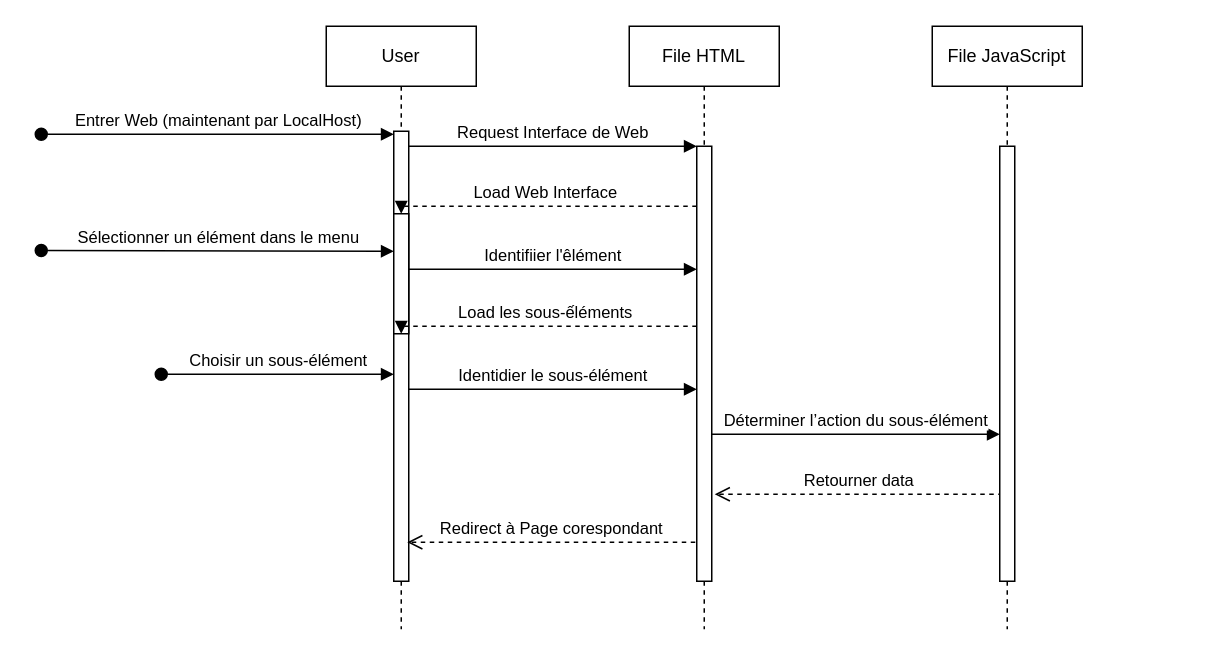
The draw.io diagram dev_app.drawio in zung31/zung31, before the edit. Source tidied: cells renumbered, new cells numbered last; positions are measured from the earlier drawing's top-left corner, leaving out a move shared by most shapes. Both pictures are drawn from the tidied source at 150%, with x=0, y=0 at pixel (40, 26).
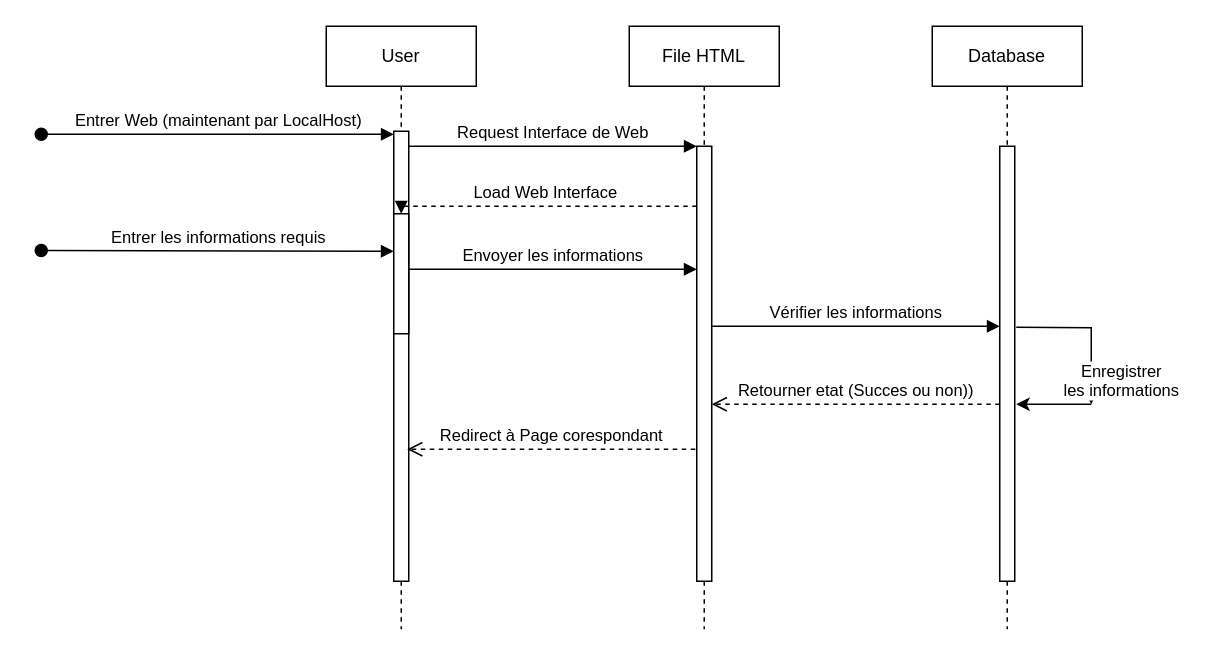
The same page after the edit.

The change refers to these unchanged cells:
```xml
<mxCell id="5" style="html=1;points=[];perimeter=orthogonalPerimeter;outlineConnect=0;targetShapes=umlLifeline;portConstraint=eastwest;newEdgeStyle={&quot;edgeStyle&quot;:&quot;elbowEdgeStyle&quot;,&quot;elbow&quot;:&quot;vertical&quot;,&quot;curved&quot;:0,&quot;rounded&quot;:0};" parent="2" vertex="1">
  <mxGeometry x="45" y="125" width="10" height="80" as="geometry" />
</mxCell>
<mxCell id="7" style="html=1;points=[];perimeter=orthogonalPerimeter;outlineConnect=0;targetShapes=umlLifeline;portConstraint=eastwest;newEdgeStyle={&quot;edgeStyle&quot;:&quot;elbowEdgeStyle&quot;,&quot;elbow&quot;:&quot;vertical&quot;,&quot;curved&quot;:0,&quot;rounded&quot;:0};" parent="6" vertex="1">
  <mxGeometry x="45" y="80" width="10" height="290" as="geometry" />
</mxCell>
```

Diff of the diagram source:
```diff
@@
-    <mxCell id="9" value="Retourner data" style="html=1;verticalAlign=bottom;endArrow=open;dashed=1;endSize=8;edgeStyle=elbowEdgeStyle;elbow=vertical;curved=0;rounded=0;" parent="1" edge="1">
+    <mxCell id="9" value="Retourner etat (Succes ou non))" style="html=1;verticalAlign=bottom;endArrow=open;dashed=1;endSize=8;edgeStyle=elbowEdgeStyle;elbow=vertical;curved=0;rounded=0;" parent="1" edge="1">
       <mxGeometry relative="1" as="geometry">
-        <mxPoint x="641" y="312" as="sourcePoint" />
-        <mxPoint x="449" y="312" as="targetPoint" />
+        <mxPoint x="639" y="252" as="sourcePoint" />
+        <mxPoint x="447" y="252" as="targetPoint" />
         <Array as="points">
-          <mxPoint x="566" y="312" />
+          <mxPoint x="564" y="252" />
         </Array>
       </mxGeometry>
     </mxCell>
@@
-    <mxCell id="11" value="File JavaScript" style="shape=umlLifeline;perimeter=lifelinePerimeter;whiteSpace=wrap;html=1;newEdgeStyle={&quot;edgeStyle&quot;:&quot;elbowEdgeStyle&quot;,&quot;elbow&quot;:&quot;vertical&quot;,&quot;curved&quot;:0,&quot;rounded&quot;:0};" parent="1" vertex="1">
+    <mxCell id="11" value="Database" style="shape=umlLifeline;perimeter=lifelinePerimeter;whiteSpace=wrap;html=1;newEdgeStyle={&quot;edgeStyle&quot;:&quot;elbowEdgeStyle&quot;,&quot;elbow&quot;:&quot;vertical&quot;,&quot;curved&quot;:0,&quot;rounded&quot;:0};" parent="1" vertex="1">
       <mxGeometry x="594" width="100" height="402" as="geometry" />
     </mxCell>
@@
-    <mxCell id="13" value="Sélectionner un élément dans le menu" style="html=1;verticalAlign=bottom;startArrow=oval;endArrow=block;startSize=8;edgeStyle=elbowEdgeStyle;elbow=vertical;curved=0;rounded=0;" parent="1" edge="1">
+    <mxCell id="13" value="Entrer les informations requis" style="html=1;verticalAlign=bottom;startArrow=oval;endArrow=block;startSize=8;edgeStyle=elbowEdgeStyle;elbow=vertical;curved=0;rounded=0;" parent="1" edge="1">
       <mxGeometry relative="1" as="geometry">
         <mxPoint y="149.5" as="sourcePoint" />
         <mxPoint x="235" y="149.5" as="targetPoint" />
       </mxGeometry>
     </mxCell>
-    <mxCell id="14" value="Identifiier l'êlément" style="html=1;verticalAlign=bottom;endArrow=block;edgeStyle=elbowEdgeStyle;elbow=vertical;curved=0;rounded=0;" parent="1" edge="1" source="5" target="7">
+    <mxCell id="14" value="Envoyer les informations" style="html=1;verticalAlign=bottom;endArrow=block;edgeStyle=elbowEdgeStyle;elbow=vertical;curved=0;rounded=0;" parent="1" edge="1" source="5" target="7">
       <mxGeometry relative="1" as="geometry">
         <Array as="points">
           <mxPoint x="357" y="162" />
         </Array>
       </mxGeometry>
     </mxCell>
-    <mxCell id="15" value="Load les sous-ếléments" style="html=1;verticalAlign=bottom;endArrow=block;edgeStyle=elbowEdgeStyle;elbow=vertical;curved=0;rounded=0;dashed=1;" parent="1" edge="1">
-      <mxGeometry relative="1" as="geometry">
-        <mxPoint x="437" y="200" as="sourcePoint" />
-        <mxPoint x="240" y="205" as="targetPoint" />
-        <Array as="points">
-          <mxPoint x="362" y="200" />
-        </Array>
-      </mxGeometry>
-    </mxCell>
-    <mxCell id="16" value="Choisir un sous-élément" style="html=1;verticalAlign=bottom;startArrow=oval;endArrow=block;startSize=8;edgeStyle=elbowEdgeStyle;elbow=vertical;curved=0;rounded=0;" parent="1" edge="1">
-      <mxGeometry relative="1" as="geometry">
-        <mxPoint x="80" y="232" as="sourcePoint" />
-        <mxPoint x="235" y="232" as="targetPoint" />
-      </mxGeometry>
-    </mxCell>
-    <mxCell id="17" value="Identidier le sous-élément" style="html=1;verticalAlign=bottom;endArrow=block;edgeStyle=elbowEdgeStyle;elbow=vertical;curved=0;rounded=0;" parent="1" edge="1">
-      <mxGeometry relative="1" as="geometry">
-        <mxPoint x="245" y="242" as="sourcePoint" />
-        <mxPoint x="437" y="242" as="targetPoint" />
-        <Array as="points">
-          <mxPoint x="357" y="242" />
-        </Array>
-      </mxGeometry>
-    </mxCell>
-    <mxCell id="18" value="Déterminer l’action du sous-élément" style="html=1;verticalAlign=bottom;endArrow=block;edgeStyle=elbowEdgeStyle;elbow=vertical;curved=0;rounded=0;" parent="1" edge="1">
+    <mxCell id="18" value="Vérifier les informations" style="html=1;verticalAlign=bottom;endArrow=block;edgeStyle=elbowEdgeStyle;elbow=vertical;curved=0;rounded=0;" parent="1" edge="1">
       <mxGeometry relative="1" as="geometry">
-        <mxPoint x="447" y="272" as="sourcePoint" />
-        <mxPoint x="639" y="272" as="targetPoint" />
+        <mxPoint x="447" y="200" as="sourcePoint" />
+        <mxPoint x="639" y="200" as="targetPoint" />
         <Array as="points">
-          <mxPoint x="559" y="272" />
+          <mxPoint x="559" y="200" />
         </Array>
       </mxGeometry>
     </mxCell>
     <mxCell id="19" value="Redirect à Page corespondant" style="html=1;verticalAlign=bottom;endArrow=open;dashed=1;endSize=8;edgeStyle=elbowEdgeStyle;elbow=vertical;curved=0;rounded=0;" parent="1" edge="1">
       <mxGeometry relative="1" as="geometry">
-        <mxPoint x="436" y="344" as="sourcePoint" />
-        <mxPoint x="244" y="344" as="targetPoint" />
+        <mxPoint x="436" y="282" as="sourcePoint" />
+        <mxPoint x="244" y="282" as="targetPoint" />
         <Array as="points">
-          <mxPoint x="361" y="344" />
+          <mxPoint x="361" y="282" />
         </Array>
       </mxGeometry>
     </mxCell>
+    <mxCell id="20" value="Enregistrer &lt;br&gt;les informations" style="html=1;verticalAlign=bottom;endArrow=block;edgeStyle=elbowEdgeStyle;elbow=vertical;curved=0;rounded=0;" parent="1" edge="1">
+      <mxGeometry x="1" y="20" relative="1" as="geometry">
+        <mxPoint x="650" y="200.6" as="sourcePoint" />
+        <mxPoint x="700" y="252" as="targetPoint" />
+        <Array as="points">
+          <mxPoint x="760" y="201" />
+        </Array>
+      </mxGeometry>
+    </mxCell>
+    <mxCell id="21" style="endArrow=classic;html=1;rounded=0;" parent="1" edge="1">
+      <mxGeometry relative="1" as="geometry">
+        <mxPoint x="700" y="252" as="sourcePoint" />
+        <mxPoint x="650" y="252" as="targetPoint" />
+      </mxGeometry>
+    </mxCell>
```
